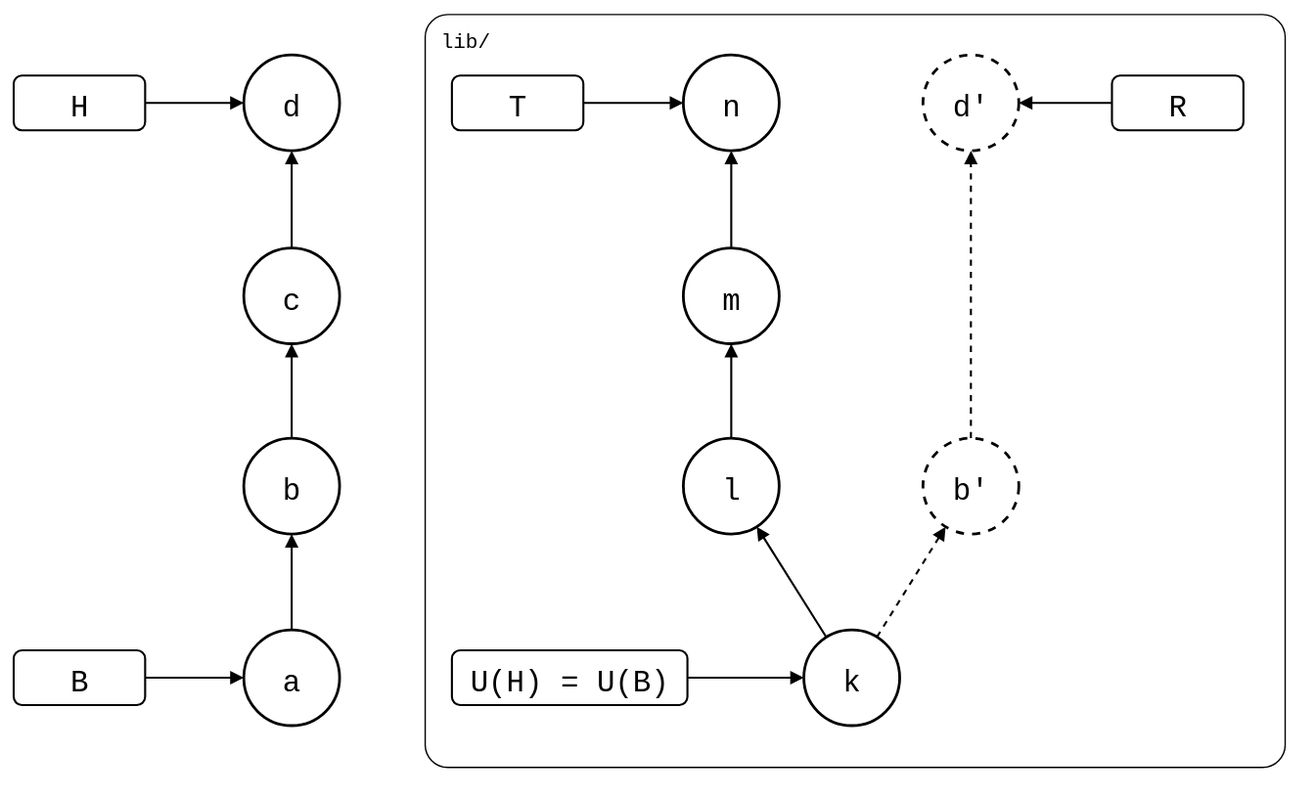
Earlier version of the draw.io export git-splice/test/scenarios/01-everyday-sync/01-sync-model/before-pull.drawio.svg (roschaefer/episodes). Source tidied: cells renumbered, new cells last; positions are measured from the earlier drawing's top-left corner, leaving out a move shared by most shapes.
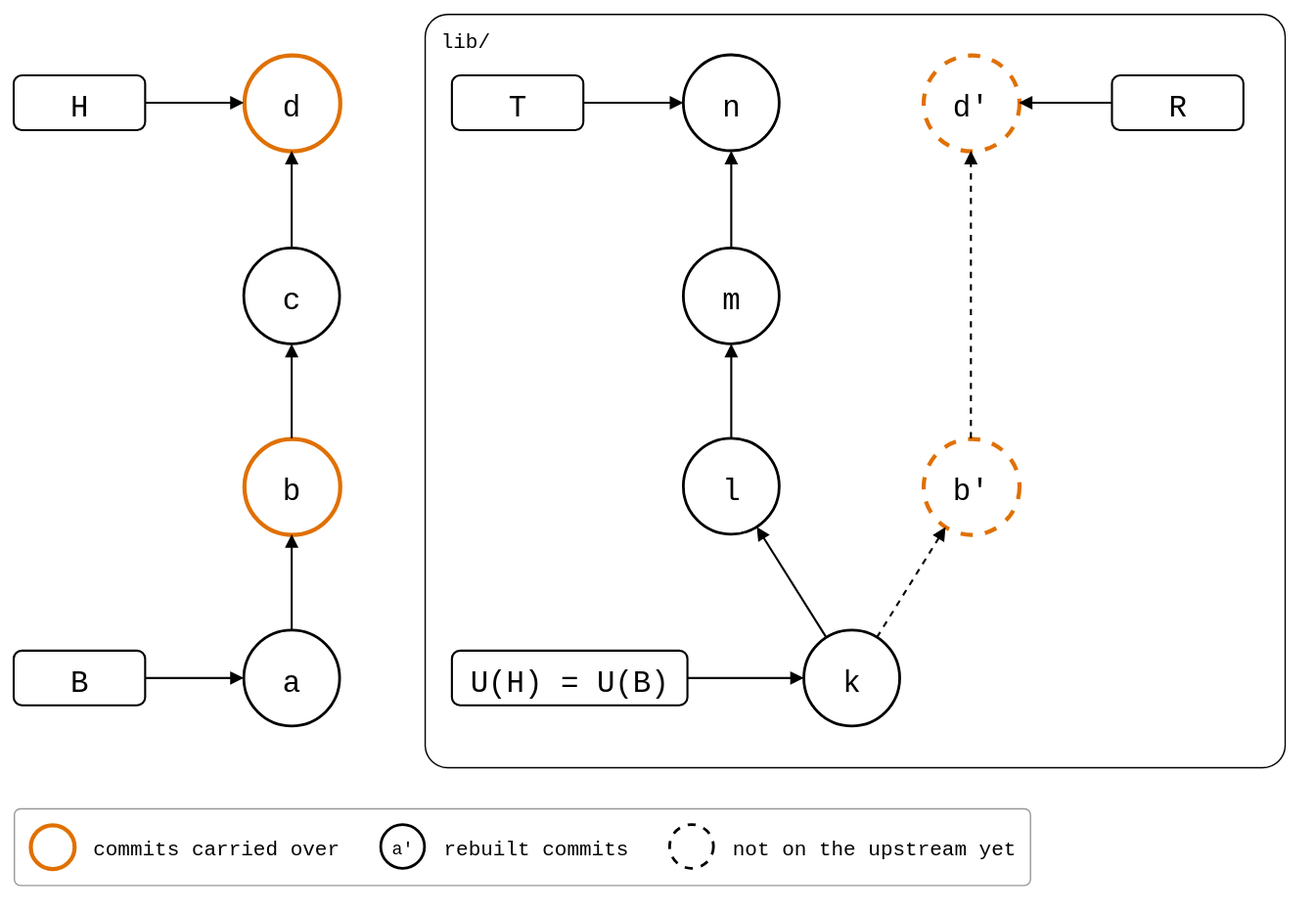
After the change.

Diff of the diagram source:
```diff
@@ -8,13 +8,13 @@
     <mxCell id="3" value="a" style="ellipse;strokeWidth=2;fontSize=22;fontFamily=Roboto Mono,monospace;" parent="1" vertex="1">
       <mxGeometry x="168" y="450" width="70" height="70" as="geometry" />
     </mxCell>
-    <mxCell id="4" value="b" style="ellipse;strokeWidth=2;fontSize=22;fontFamily=Roboto Mono,monospace;" parent="1" vertex="1">
+    <mxCell id="4" value="b" style="ellipse;fontSize=22;fontFamily=Roboto Mono,monospace;strokeColor=#E07000;strokeWidth=3;" parent="1" vertex="1">
       <mxGeometry x="168" y="310" width="70" height="70" as="geometry" />
     </mxCell>
-    <mxCell id="5" value="c" style="ellipse;strokeWidth=2;fontSize=22;fontFamily=Roboto Mono,monospace;" parent="1" vertex="1">
+    <mxCell id="5" value="c" style="ellipse;fontSize=22;fontFamily=Roboto Mono,monospace;strokeWidth=2;" parent="1" vertex="1">
       <mxGeometry x="168" y="171" width="70" height="70" as="geometry" />
     </mxCell>
-    <mxCell id="6" value="d" style="ellipse;strokeWidth=2;fontSize=22;fontFamily=Roboto Mono,monospace;" parent="1" vertex="1">
+    <mxCell id="6" value="d" style="ellipse;fontSize=22;fontFamily=Roboto Mono,monospace;strokeColor=#E07000;strokeWidth=3;" parent="1" vertex="1">
       <mxGeometry x="168" y="30" width="70" height="70" as="geometry" />
     </mxCell>
     <mxCell id="7" value="k" style="ellipse;strokeWidth=2;fontSize=22;fontFamily=Roboto Mono,monospace;" parent="1" vertex="1">
@@ -29,10 +29,10 @@
     <mxCell id="10" value="n" style="ellipse;strokeWidth=2;fontSize=22;fontFamily=Roboto Mono,monospace;" parent="1" vertex="1">
       <mxGeometry x="489" y="30" width="70" height="70" as="geometry" />
     </mxCell>
-    <mxCell id="11" value="b'" style="ellipse;strokeWidth=2;fontSize=22;fontFamily=Roboto Mono,monospace;dashed=1;" parent="1" vertex="1">
+    <mxCell id="11" value="b'" style="ellipse;fontSize=22;fontFamily=Roboto Mono,monospace;dashed=1;strokeColor=#E07000;strokeWidth=3;" parent="1" vertex="1">
       <mxGeometry x="664" y="310" width="70" height="70" as="geometry" />
     </mxCell>
-    <mxCell id="12" value="d'" style="ellipse;strokeWidth=2;fontSize=22;fontFamily=Roboto Mono,monospace;dashed=1;" parent="1" vertex="1">
+    <mxCell id="12" value="d'" style="ellipse;fontSize=22;fontFamily=Roboto Mono,monospace;dashed=1;strokeColor=#E07000;strokeWidth=3;" parent="1" vertex="1">
       <mxGeometry x="664" y="30" width="70" height="70" as="geometry" />
     </mxCell>
     <mxCell id="13" value="H" style="rounded=1;strokeWidth=1.5;fontSize=22;fontFamily=Roboto Mono,monospace;" parent="1" vertex="1">
@@ -89,5 +89,26 @@
     <mxCell id="30" style="endArrow=block;endFill=1;html=1;strokeWidth=1.5;rounded=0;" parent="1" edge="1" source="17" target="12">
       <mxGeometry relative="1" as="geometry" />
     </mxCell>
+    <mxCell id="31" style="rounded=1;arcSize=8;fillColor=none;strokeColor=#999999;strokeWidth=1;legend=1;" parent="1" vertex="1">
+      <mxGeometry y="580" width="742" height="56" as="geometry" />
+    </mxCell>
+    <mxCell id="32" style="ellipse;fontSize=13;fontFamily=Roboto Mono,monospace;strokeColor=#E07000;strokeWidth=3;" parent="31" vertex="1">
+      <mxGeometry x="12" y="12" width="32" height="32" as="geometry" />
+    </mxCell>
+    <mxCell id="33" value="commits carried over" style="text;align=left;verticalAlign=middle;fontSize=15;fontFamily=Roboto Mono,monospace;" parent="31" vertex="1">
+      <mxGeometry x="56" y="12" width="180" height="32" as="geometry" />
+    </mxCell>
+    <mxCell id="34" value="a'" style="ellipse;fontSize=13;fontFamily=Roboto Mono,monospace;strokeWidth=2;" parent="31" vertex="1">
+      <mxGeometry x="268" y="12" width="32" height="32" as="geometry" />
+    </mxCell>
+    <mxCell id="35" value="rebuilt commits" style="text;align=left;verticalAlign=middle;fontSize=15;fontFamily=Roboto Mono,monospace;" parent="31" vertex="1">
+      <mxGeometry x="312" y="12" width="135" height="32" as="geometry" />
+    </mxCell>
+    <mxCell id="36" style="ellipse;fontSize=13;fontFamily=Roboto Mono,monospace;strokeWidth=2;dashed=1;" parent="31" vertex="1">
+      <mxGeometry x="479" y="12" width="32" height="32" as="geometry" />
+    </mxCell>
+    <mxCell id="37" value="not on the upstream yet" style="text;align=left;verticalAlign=middle;fontSize=15;fontFamily=Roboto Mono,monospace;" parent="31" vertex="1">
+      <mxGeometry x="523" y="12" width="207" height="32" as="geometry" />
+    </mxCell>
   </root>
 </mxGraphModel>
```
